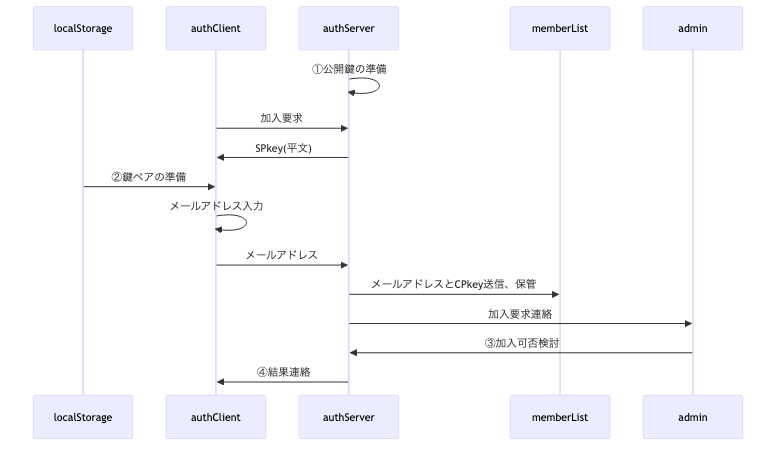
The Mermaid diagram underDev/Auth/img/joining.png in nakaone/library, before a commit. Its source is kept beside it as underDev/Auth/doc/joining.mermaid. Source of this version:
```mermaid
sequenceDiagram
  participant localStorage
  participant authClient
  participant authServer
  participant memberList
  participant admin

  authServer->>authServer: ①公開鍵の準備
  authClient->>authServer: 加入要求
  authServer->>authClient: SPkey(平文)
  localStorage->>authClient: ②鍵ペアの準備
  authClient->>authClient: メールアドレス入力
  authClient->>authServer: メールアドレス
  authServer->>memberList: メールアドレスとCPkey送信、保管
  authServer->>admin: 加入要求連絡
  admin->>authServer: ③加入可否検討
  authServer->>authClient: ④結果連絡
```
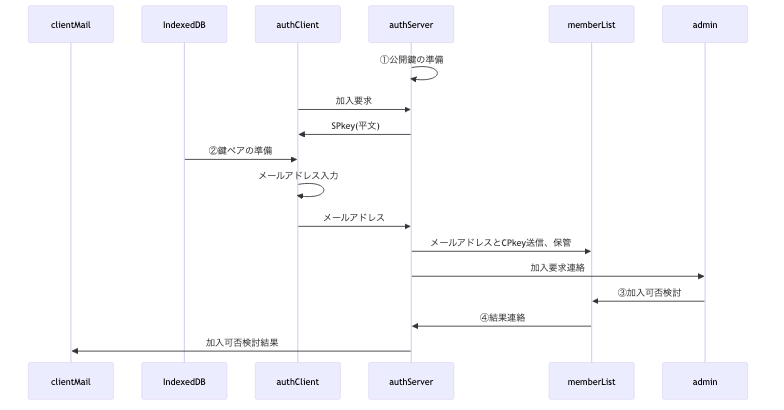
The same file after the commit.

Change to the diagram source:
```diff
@@ -1,5 +1,6 @@
 sequenceDiagram
-  participant localStorage
+  participant clientMail
+  participant IndexedDB
   participant authClient
   participant authServer
   participant memberList
@@ -8,10 +9,11 @@
   authServer->>authServer: ①公開鍵の準備
   authClient->>authServer: 加入要求
   authServer->>authClient: SPkey(平文)
-  localStorage->>authClient: ②鍵ペアの準備
+  IndexedDB->>authClient: ②鍵ペアの準備
   authClient->>authClient: メールアドレス入力
   authClient->>authServer: メールアドレス
   authServer->>memberList: メールアドレスとCPkey送信、保管
   authServer->>admin: 加入要求連絡
-  admin->>authServer: ③加入可否検討
-  authServer->>authClient: ④結果連絡
+  admin->>memberList: ③加入可否検討
+  memberList->>authServer: ④結果連絡
+  authServer->>clientMail: 加入可否検討結果
```
